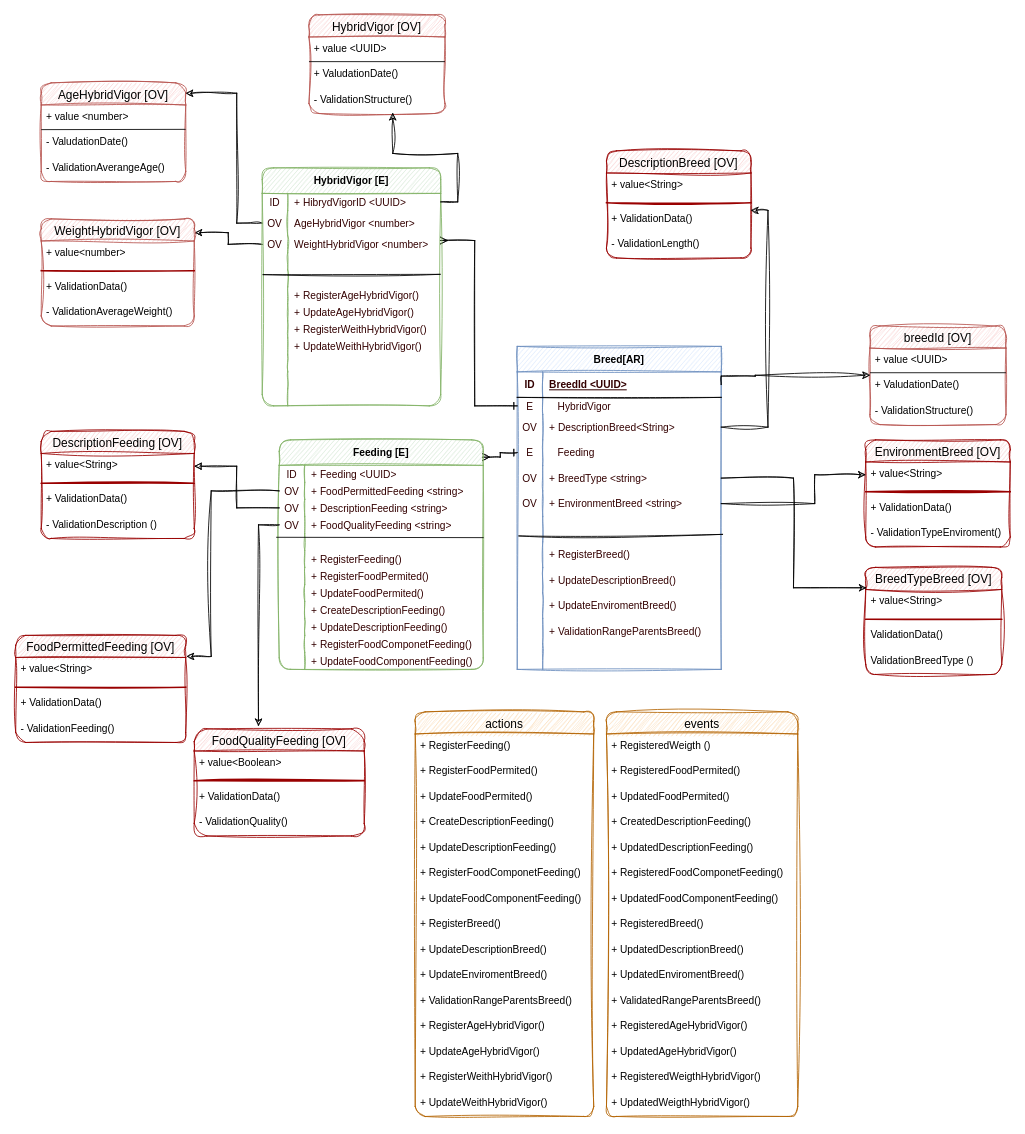
Earlier version of the draw.io diagram page "Razas <AR>" (3 of 6) of Livestock DDD.drawio (training-practice-sofkau/C1-2023-DDD-Colombia). Source tidied: cells renumbered, new cells numbered last; positions are measured from the earlier drawing's top-left corner, leaving out a move shared by most shapes. Both pictures are drawn from the tidied source at 85%, with x=0, y=0 at pixel (15, 14).
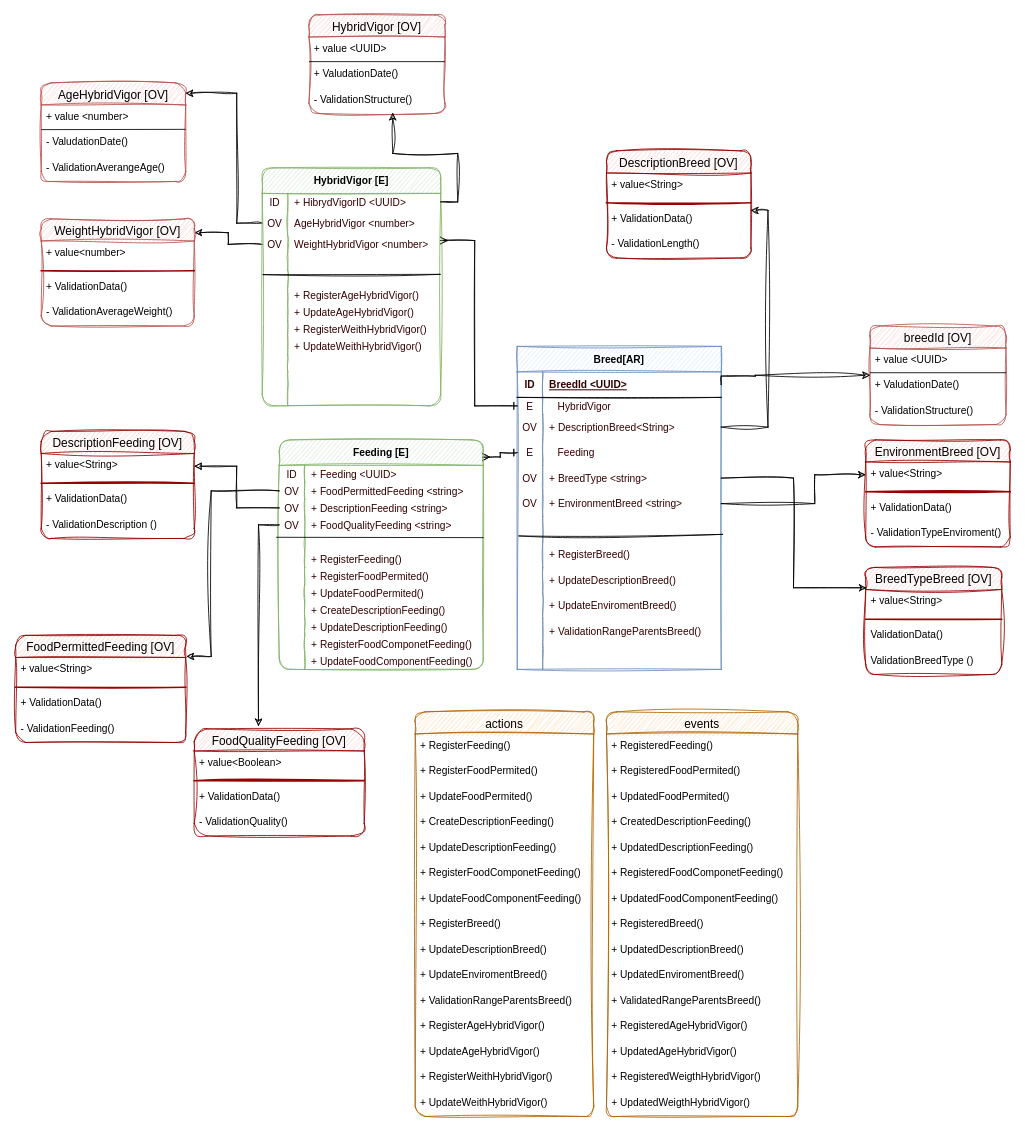
The same page after the edit.

Unchanged cells that the change refers to:
```xml
<mxCell id="99" value="events" style="swimlane;fontStyle=0;horizontal=1;startSize=26;align=center;fontSize=14;rounded=1;sketch=1;curveFitting=1;jiggle=2;fillColor=#fad7ac;strokeColor=#b46504;" parent="1" vertex="1">
  <mxGeometry x="695" y="820" width="225" height="476" as="geometry" />
</mxCell>
```

What changed in the source:
```diff
@@
-    <mxCell id="100" value="+ RegisteredWeigth ()" style="text;strokeColor=none;fillColor=none;spacingLeft=4;spacingRight=4;overflow=hidden;fontSize=12;" parent="99" vertex="1">
+    <mxCell id="100" value="+ RegisteredFeeding()" style="text;strokeColor=none;fillColor=none;spacingLeft=4;spacingRight=4;overflow=hidden;fontSize=12;" parent="99" vertex="1">
       <mxGeometry y="26" width="225" height="30" as="geometry" />
     </mxCell>
```
